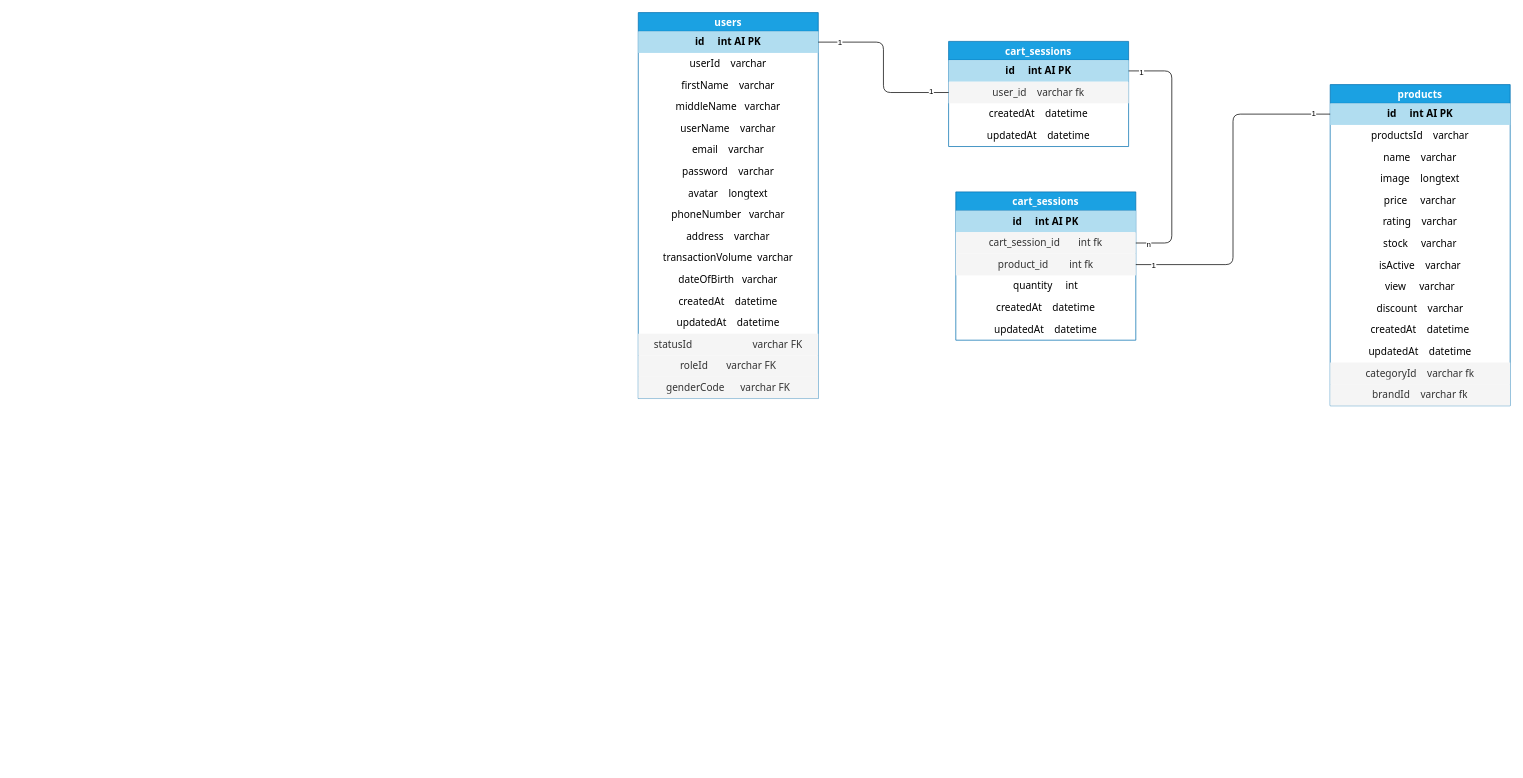
Earlier version of the draw.io diagram page "Trang-1" (1 of 2) of Diagram/Diagram-database.drawio (HaVanDuoc/tech-ecommerce-website). Source tidied: cells renumbered, new cells numbered last; positions are measured from the earlier drawing's top-left corner, leaving out a move shared by most shapes. Both pictures are drawn from the tidied source at 72%, with x=0, y=0 at pixel (638, 12).
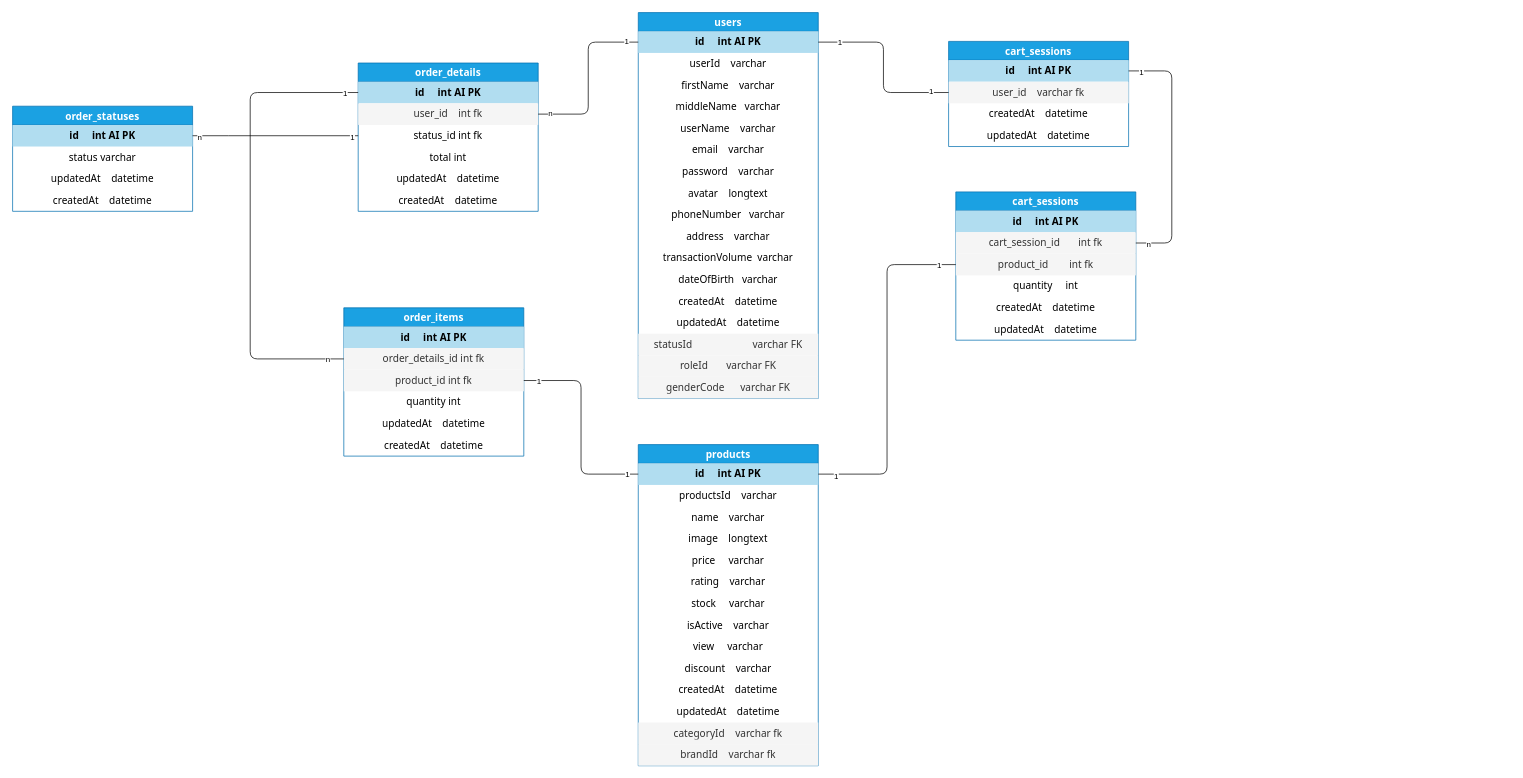
After the change.

Commit message (it also covers changes not shown here):
Model for order

Unchanged cells that the change refers to:
```xml
<mxCell id="3" value="id&lt;span style=&quot;white-space: pre;&quot;&gt; &lt;/span&gt;&lt;span style=&quot;white-space: pre;&quot;&gt; &lt;/span&gt;&lt;span style=&quot;white-space: pre;&quot;&gt; &lt;/span&gt;&lt;span style=&quot;white-space: pre;&quot;&gt; &lt;span style=&quot;white-space: pre;&quot;&gt; &lt;/span&gt;&lt;/span&gt;int AI PK" style="text;strokeColor=none;fillColor=#b1ddf0;spacingLeft=4;spacingRight=4;overflow=hidden;points=[[0,0.5],[1,0.5]];portConstraint=eastwest;fontSize=14;whiteSpace=wrap;html=1;align=center;verticalAlign=middle;spacingTop=0;fontFamily=Tahoma;fontStyle=1;" parent="2" vertex="1">
  <mxGeometry y="26" width="250" height="30" as="geometry" />
</mxCell>
<mxCell id="39" value="id&lt;span style=&quot;white-space: pre;&quot;&gt; &lt;/span&gt;&lt;span style=&quot;white-space: pre;&quot;&gt; &lt;/span&gt;&lt;span style=&quot;white-space: pre;&quot;&gt; &lt;/span&gt;&lt;span style=&quot;white-space: pre;&quot;&gt; &lt;span style=&quot;white-space: pre;&quot;&gt; &lt;/span&gt;&lt;/span&gt;int AI PK" style="text;strokeColor=none;fillColor=#b1ddf0;spacingLeft=4;spacingRight=4;overflow=hidden;points=[[0,0.5],[1,0.5]];portConstraint=eastwest;fontSize=14;whiteSpace=wrap;html=1;align=center;verticalAlign=middle;spacingTop=0;fontFamily=Tahoma;fontStyle=1;" parent="38" vertex="1">
  <mxGeometry y="26" width="250" height="30" as="geometry" />
</mxCell>
```

Diff of the diagram source:
```diff
@@
     <mxCell id="38" value="products" style="swimlane;fontStyle=1;horizontal=1;startSize=26;align=center;fontSize=14;fontFamily=Tahoma;fillColor=#1ba1e2;strokeColor=#006EAF;fontColor=#ffffff;" parent="1" vertex="1">
-      <mxGeometry x="961" y="100" width="250" height="446" as="geometry" />
+      <mxGeometry y="600" width="250" height="446" as="geometry" />
     </mxCell>
@@
+    <mxCell id="56" value="order_details" style="swimlane;fontStyle=1;horizontal=1;startSize=26;align=center;fontSize=14;fontFamily=Tahoma;fillColor=#1ba1e2;strokeColor=#006EAF;fontColor=#ffffff;" parent="1" vertex="1">
+      <mxGeometry x="-389" y="70" width="250" height="206" as="geometry" />
+    </mxCell>
+    <mxCell id="57" value="id&lt;span style=&quot;white-space: pre;&quot;&gt; &lt;/span&gt;&lt;span style=&quot;white-space: pre;&quot;&gt; &lt;/span&gt;&lt;span style=&quot;white-space: pre;&quot;&gt; &lt;/span&gt;&lt;span style=&quot;white-space: pre;&quot;&gt; &lt;span style=&quot;white-space: pre;&quot;&gt; &lt;/span&gt;&lt;/span&gt;int AI PK" style="text;strokeColor=none;fillColor=#b1ddf0;spacingLeft=4;spacingRight=4;overflow=hidden;points=[[0,0.5],[1,0.5]];portConstraint=eastwest;fontSize=14;whiteSpace=wrap;html=1;align=center;verticalAlign=middle;spacingTop=0;fontFamily=Tahoma;fontStyle=1;" parent="56" vertex="1">
+      <mxGeometry y="26" width="250" height="30" as="geometry" />
+    </mxCell>
+    <mxCell id="58" value="&lt;span style=&quot;font-weight: normal;&quot;&gt;user_id&lt;span style=&quot;white-space: pre;&quot;&gt; &lt;/span&gt;&lt;span style=&quot;white-space: pre;&quot;&gt; &lt;/span&gt;&lt;span style=&quot;white-space: pre; font-size: 14px;&quot;&gt;&lt;span style=&quot;white-space: pre; font-size: 14px;&quot;&gt;&lt;span style=&quot;white-space: pre;&quot;&gt; &lt;/span&gt;&lt;span style=&quot;white-space: pre;&quot;&gt; int&lt;/span&gt;&lt;/span&gt; fk&lt;/span&gt;&lt;/span&gt;" style="text;strokeColor=none;fillColor=#f5f5f5;spacingLeft=4;spacingRight=4;overflow=hidden;points=[[0,0.5],[1,0.5]];portConstraint=eastwest;fontSize=14;whiteSpace=wrap;html=1;align=center;verticalAlign=middle;fontFamily=Tahoma;fontStyle=1;fontColor=#333333;" parent="56" vertex="1">
+      <mxGeometry y="56" width="250" height="30" as="geometry" />
+    </mxCell>
+    <mxCell id="59" value="status_id int fk" style="text;strokeColor=none;fillColor=none;spacingLeft=4;spacingRight=4;overflow=hidden;points=[[0,0.5],[1,0.5]];portConstraint=eastwest;fontSize=14;whiteSpace=wrap;html=1;align=center;verticalAlign=middle;fontFamily=Tahoma;" parent="56" vertex="1">
+      <mxGeometry y="86" width="250" height="30" as="geometry" />
+    </mxCell>
+    <mxCell id="60" value="total int" style="text;strokeColor=none;fillColor=none;spacingLeft=4;spacingRight=4;overflow=hidden;fontSize=14;whiteSpace=wrap;html=1;align=center;verticalAlign=middle;fontFamily=Tahoma;" parent="56" vertex="1">
+      <mxGeometry y="116" width="250" height="30" as="geometry" />
+    </mxCell>
+    <mxCell id="61" value="updatedAt&lt;span style=&quot;white-space: pre;&quot;&gt; &lt;/span&gt;&lt;span style=&quot;white-space: pre;&quot;&gt; &lt;/span&gt;&lt;span style=&quot;white-space: pre;&quot;&gt; &lt;/span&gt;&lt;span style=&quot;white-space: pre;&quot;&gt; &lt;/span&gt;datetime" style="text;strokeColor=none;fillColor=none;spacingLeft=4;spacingRight=4;overflow=hidden;fontSize=14;whiteSpace=wrap;html=1;align=center;verticalAlign=middle;fontFamily=Tahoma;" parent="56" vertex="1">
+      <mxGeometry y="146" width="250" height="30" as="geometry" />
+    </mxCell>
+    <mxCell id="62" value="createdAt&lt;span style=&quot;white-space: pre;&quot;&gt; &lt;/span&gt;&lt;span style=&quot;white-space: pre;&quot;&gt; &lt;/span&gt;&lt;span style=&quot;white-space: pre;&quot;&gt; &lt;/span&gt;&lt;span style=&quot;white-space: pre;&quot;&gt; &lt;/span&gt;datetime" style="text;strokeColor=none;fillColor=none;spacingLeft=4;spacingRight=4;overflow=hidden;fontSize=14;whiteSpace=wrap;html=1;align=center;verticalAlign=middle;fontFamily=Tahoma;" parent="56" vertex="1">
+      <mxGeometry y="176" width="250" height="30" as="geometry" />
+    </mxCell>
+    <mxCell id="63" style="edgeStyle=orthogonalEdgeStyle;rounded=1;jettySize=auto;html=1;endArrow=none;endFill=0;" parent="1" edge="1" source="58" target="3">
+      <mxGeometry relative="1" as="geometry" />
+    </mxCell>
+    <mxCell id="64" value="1" style="edgeLabel;html=1;align=center;verticalAlign=middle;" parent="63" vertex="1">
+      <mxGeometry x="0.86" y="2" relative="1" as="geometry" />
+    </mxCell>
+    <mxCell id="65" value="n" style="edgeLabel;html=1;align=center;verticalAlign=middle;" parent="63" vertex="1">
+      <mxGeometry x="-0.87" y="2" relative="1" as="geometry" />
+    </mxCell>
+    <mxCell id="66" value="order_items" style="swimlane;fontStyle=1;horizontal=1;startSize=26;align=center;fontSize=14;fontFamily=Tahoma;fillColor=#1ba1e2;strokeColor=#006EAF;fontColor=#ffffff;" parent="1" vertex="1">
+      <mxGeometry x="-409" y="410" width="250" height="206" as="geometry" />
+    </mxCell>
+    <mxCell id="67" value="id&lt;span style=&quot;white-space: pre;&quot;&gt; &lt;/span&gt;&lt;span style=&quot;white-space: pre;&quot;&gt; &lt;/span&gt;&lt;span style=&quot;white-space: pre;&quot;&gt; &lt;/span&gt;&lt;span style=&quot;white-space: pre;&quot;&gt; &lt;span style=&quot;white-space: pre;&quot;&gt; &lt;/span&gt;&lt;/span&gt;int AI PK" style="text;strokeColor=none;fillColor=#b1ddf0;spacingLeft=4;spacingRight=4;overflow=hidden;fontSize=14;whiteSpace=wrap;html=1;align=center;verticalAlign=middle;spacingTop=0;fontFamily=Tahoma;fontStyle=1;" parent="66" vertex="1">
+      <mxGeometry y="26" width="250" height="30" as="geometry" />
+    </mxCell>
+    <mxCell id="68" value="&lt;span style=&quot;font-weight: 400;&quot;&gt;order_details_id int fk&lt;/span&gt;" style="text;strokeColor=none;fillColor=#f5f5f5;spacingLeft=4;spacingRight=4;overflow=hidden;points=[[0,0.5],[1,0.5]];portConstraint=eastwest;fontSize=14;whiteSpace=wrap;html=1;align=center;verticalAlign=middle;fontFamily=Tahoma;fontStyle=1;fontColor=#333333;" parent="66" vertex="1">
+      <mxGeometry y="56" width="250" height="30" as="geometry" />
+    </mxCell>
+    <mxCell id="69" value="&lt;span style=&quot;font-weight: 400;&quot;&gt;product_id int fk&lt;/span&gt;" style="text;strokeColor=none;fillColor=#f5f5f5;spacingLeft=4;spacingRight=4;overflow=hidden;points=[[0,0.5],[1,0.5]];portConstraint=eastwest;fontSize=14;whiteSpace=wrap;html=1;align=center;verticalAlign=middle;fontFamily=Tahoma;fontStyle=1;fontColor=#333333;" parent="66" vertex="1">
+      <mxGeometry y="86" width="250" height="30" as="geometry" />
+    </mxCell>
+    <mxCell id="70" value="quantity int" style="text;strokeColor=none;fillColor=none;spacingLeft=4;spacingRight=4;overflow=hidden;fontSize=14;whiteSpace=wrap;html=1;align=center;verticalAlign=middle;fontFamily=Tahoma;" parent="66" vertex="1">
+      <mxGeometry y="116" width="250" height="30" as="geometry" />
+    </mxCell>
+    <mxCell id="71" value="updatedAt&lt;span style=&quot;white-space: pre;&quot;&gt; &lt;/span&gt;&lt;span style=&quot;white-space: pre;&quot;&gt; &lt;/span&gt;&lt;span style=&quot;white-space: pre;&quot;&gt; &lt;/span&gt;&lt;span style=&quot;white-space: pre;&quot;&gt; &lt;/span&gt;datetime" style="text;strokeColor=none;fillColor=none;spacingLeft=4;spacingRight=4;overflow=hidden;fontSize=14;whiteSpace=wrap;html=1;align=center;verticalAlign=middle;fontFamily=Tahoma;" parent="66" vertex="1">
+      <mxGeometry y="146" width="250" height="30" as="geometry" />
+    </mxCell>
+    <mxCell id="72" value="createdAt&lt;span style=&quot;white-space: pre;&quot;&gt; &lt;/span&gt;&lt;span style=&quot;white-space: pre;&quot;&gt; &lt;/span&gt;&lt;span style=&quot;white-space: pre;&quot;&gt; &lt;/span&gt;&lt;span style=&quot;white-space: pre;&quot;&gt; &lt;/span&gt;datetime" style="text;strokeColor=none;fillColor=none;spacingLeft=4;spacingRight=4;overflow=hidden;fontSize=14;whiteSpace=wrap;html=1;align=center;verticalAlign=middle;fontFamily=Tahoma;" parent="66" vertex="1">
+      <mxGeometry y="176" width="250" height="30" as="geometry" />
+    </mxCell>
+    <mxCell id="73" style="edgeStyle=orthogonalEdgeStyle;rounded=1;jettySize=auto;html=1;endArrow=none;endFill=0;" parent="1" edge="1" source="68" target="57">
+      <mxGeometry relative="1" as="geometry">
+        <Array as="points">
+          <mxPoint x="-539" y="481" />
+          <mxPoint x="-539" y="111" />
+        </Array>
+      </mxGeometry>
+    </mxCell>
+    <mxCell id="74" value="1" style="edgeLabel;html=1;align=center;verticalAlign=middle;" parent="73" vertex="1">
+      <mxGeometry x="0.94" y="-1" relative="1" as="geometry" />
+    </mxCell>
+    <mxCell id="75" value="n" style="edgeLabel;html=1;align=center;verticalAlign=middle;" parent="73" vertex="1">
+      <mxGeometry x="-0.93" relative="1" as="geometry" />
+    </mxCell>
+    <mxCell id="76" value="order_statuses" style="swimlane;fontStyle=1;horizontal=1;startSize=26;align=center;fontSize=14;fontFamily=Tahoma;fillColor=#1ba1e2;strokeColor=#006EAF;fontColor=#ffffff;" parent="1" vertex="1">
+      <mxGeometry x="-869" y="130" width="250" height="146" as="geometry" />
+    </mxCell>
+    <mxCell id="77" value="id&lt;span style=&quot;white-space: pre;&quot;&gt; &lt;/span&gt;&lt;span style=&quot;white-space: pre;&quot;&gt; &lt;/span&gt;&lt;span style=&quot;white-space: pre;&quot;&gt; &lt;/span&gt;&lt;span style=&quot;white-space: pre;&quot;&gt; &lt;span style=&quot;white-space: pre;&quot;&gt; &lt;/span&gt;&lt;/span&gt;int AI PK" style="text;strokeColor=none;fillColor=#b1ddf0;spacingLeft=4;spacingRight=4;overflow=hidden;points=[[0,0.5],[1,0.5]];portConstraint=eastwest;fontSize=14;whiteSpace=wrap;html=1;align=center;verticalAlign=middle;spacingTop=0;fontFamily=Tahoma;fontStyle=1;" parent="76" vertex="1">
+      <mxGeometry y="26" width="250" height="30" as="geometry" />
+    </mxCell>
+    <mxCell id="78" value="status varchar" style="text;strokeColor=none;fillColor=none;spacingLeft=4;spacingRight=4;overflow=hidden;fontSize=14;whiteSpace=wrap;html=1;align=center;verticalAlign=middle;fontFamily=Tahoma;" parent="76" vertex="1">
+      <mxGeometry y="56" width="250" height="30" as="geometry" />
+    </mxCell>
+    <mxCell id="79" value="updatedAt&lt;span style=&quot;white-space: pre;&quot;&gt; &lt;/span&gt;&lt;span style=&quot;white-space: pre;&quot;&gt; &lt;/span&gt;&lt;span style=&quot;white-space: pre;&quot;&gt; &lt;/span&gt;&lt;span style=&quot;white-space: pre;&quot;&gt; &lt;/span&gt;datetime" style="text;strokeColor=none;fillColor=none;spacingLeft=4;spacingRight=4;overflow=hidden;fontSize=14;whiteSpace=wrap;html=1;align=center;verticalAlign=middle;fontFamily=Tahoma;" parent="76" vertex="1">
+      <mxGeometry y="86" width="250" height="30" as="geometry" />
+    </mxCell>
+    <mxCell id="80" value="createdAt&lt;span style=&quot;white-space: pre;&quot;&gt; &lt;/span&gt;&lt;span style=&quot;white-space: pre;&quot;&gt; &lt;/span&gt;&lt;span style=&quot;white-space: pre;&quot;&gt; &lt;/span&gt;&lt;span style=&quot;white-space: pre;&quot;&gt; &lt;/span&gt;datetime" style="text;strokeColor=none;fillColor=none;spacingLeft=4;spacingRight=4;overflow=hidden;fontSize=14;whiteSpace=wrap;html=1;align=center;verticalAlign=middle;fontFamily=Tahoma;" parent="76" vertex="1">
+      <mxGeometry y="116" width="250" height="30" as="geometry" />
+    </mxCell>
+    <mxCell id="81" style="edgeStyle=orthogonalEdgeStyle;rounded=1;jettySize=auto;html=1;endArrow=none;endFill=0;" parent="1" edge="1" source="59" target="77">
+      <mxGeometry relative="1" as="geometry">
+        <Array as="points">
+          <mxPoint x="-559" y="171" />
+          <mxPoint x="-559" y="171" />
+        </Array>
+      </mxGeometry>
+    </mxCell>
+    <mxCell id="82" value="n" style="edgeLabel;html=1;align=center;verticalAlign=middle;" parent="81" vertex="1">
+      <mxGeometry x="0.92" y="2" relative="1" as="geometry" />
+    </mxCell>
+    <mxCell id="83" value="1" style="edgeLabel;html=1;align=center;verticalAlign=middle;" parent="81" vertex="1">
+      <mxGeometry x="-0.92" y="1" relative="1" as="geometry" />
+    </mxCell>
+    <mxCell id="84" style="edgeStyle=orthogonalEdgeStyle;rounded=1;jettySize=auto;html=1;endArrow=none;endFill=0;" parent="1" edge="1" source="69" target="39">
+      <mxGeometry relative="1" as="geometry" />
+    </mxCell>
+    <mxCell id="85" value="1" style="edgeLabel;html=1;align=center;verticalAlign=middle;" parent="84" vertex="1">
+      <mxGeometry x="-0.86" relative="1" as="geometry" />
+    </mxCell>
+    <mxCell id="86" value="1" style="edgeLabel;html=1;align=center;verticalAlign=middle;" parent="84" vertex="1">
+      <mxGeometry x="0.89" relative="1" as="geometry" />
+    </mxCell>
```
